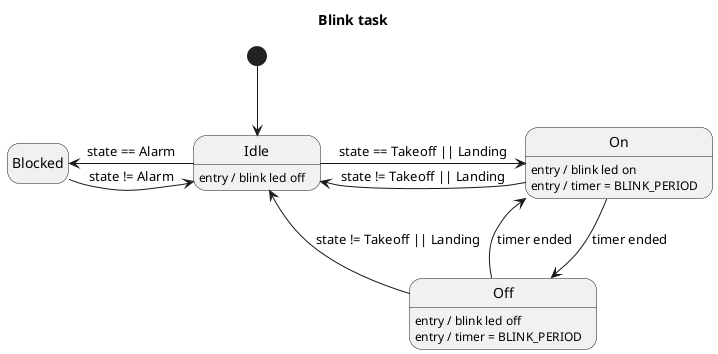
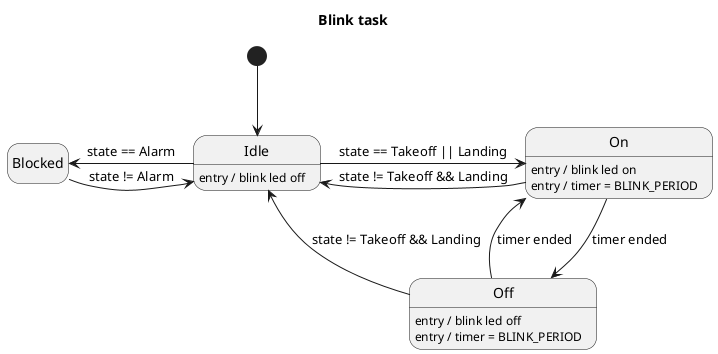
@startuml BlinkTask
hide empty description

title "Blink task"

state start <<start>>

state "Idle" as idle
idle : entry / blink led off

state "Blocked" as blocked

state "On" as on
on : entry / blink led on
on : entry / timer = BLINK_PERIOD

state "Off" as off
off : entry / blink led off
off : entry / timer = BLINK_PERIOD

start -d-> idle

idle -l-> blocked : state == Alarm
blocked -r-> idle : state != Alarm

idle -r-> on : state == Takeoff || Landing

on -d-> off : timer ended
off -u-> on : timer ended

- on -l-> idle : state != Takeoff || Landing
- off -l-> idle : state != Takeoff || Landing
+ on -l-> idle : state != Takeoff && Landing
+ off -l-> idle : state != Takeoff && Landing

@enduml
